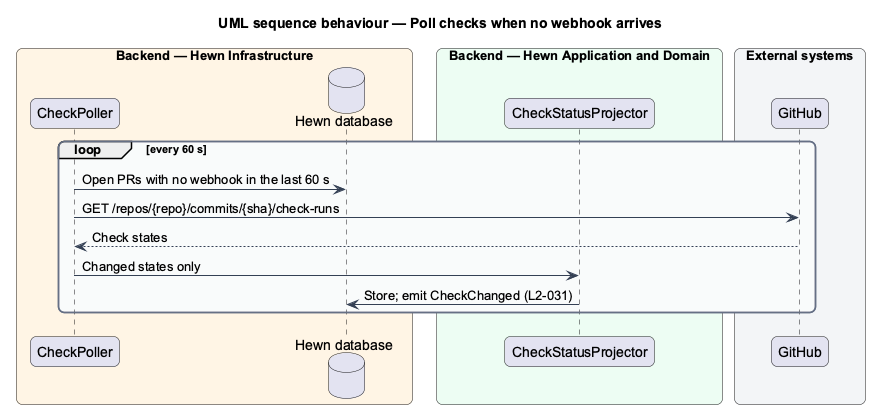
Earlier version of the PlantUML export docs/detailed-designs/increments/open-and-merge-pull-request/diagrams/sequence-poll-when-silent.png (QuinntyneBrown/hewn). Source of this version:
```plantuml
@startuml
title UML sequence behaviour — Poll checks when no webhook arrives
skinparam backgroundColor #FFFFFF
skinparam shadowing false
skinparam roundcorner 12
skinparam defaultFontName Arial
skinparam ArrowColor #344054
skinparam rectangle {
  BorderColor #344054
  FontColor #101828
}
skinparam package {
  BorderColor #667085
  FontColor #101828
  BackgroundColor #F9FAFB
}
skinparam sequenceMessageAlign left
box "Backend — Hewn Infrastructure" #FFF4E5
  participant "CheckPoller" as poll
  database "Hewn database" as db
end box
box "Backend — Hewn Application and Domain" #ECFDF3
  participant "CheckStatusProjector" as proj
end box
box "External systems" #F2F4F7
  participant "GitHub" as gh
end box
loop every 60 s
  poll -> db : Open PRs with no webhook in the last 60 s
  poll -> gh : GET /repos/{repo}/commits/{sha}/check-runs
  gh --> poll : Check states
  poll -> proj : Changed states only
  proj -> db : Store; emit CheckChanged (L2-031)
end
@enduml
```
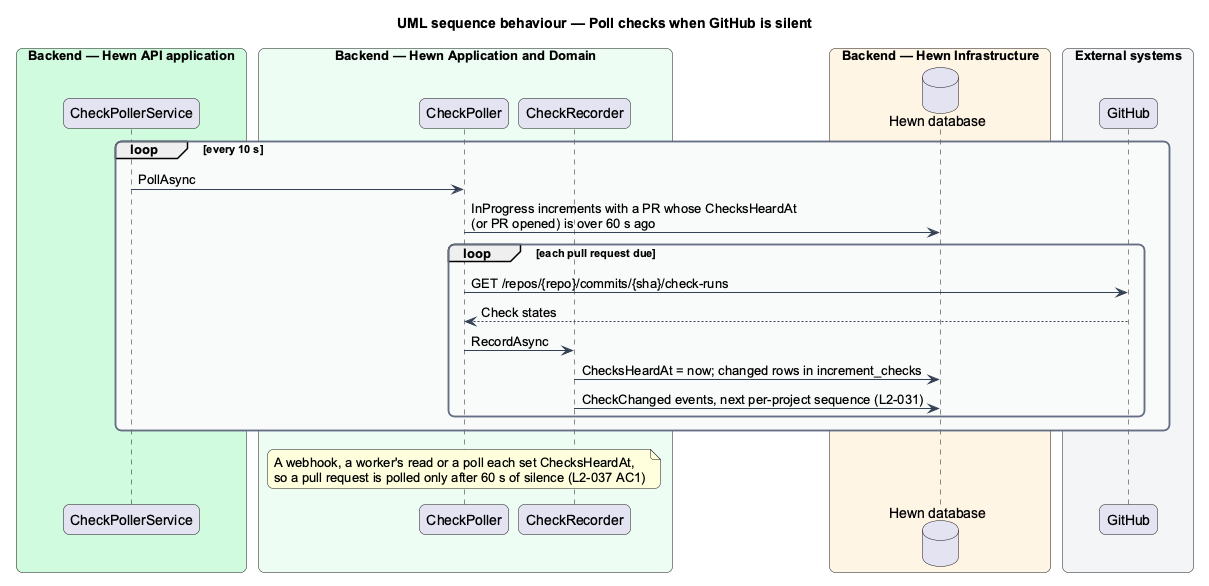
The same file after the commit.

The edit, as a diff of the source:
```diff
@@ -1,5 +1,5 @@
 @startuml
-title UML sequence behaviour — Poll checks when no webhook arrives
+title UML sequence behaviour — Poll checks when GitHub is silent
 skinparam backgroundColor #FFFFFF
 skinparam shadowing false
 skinparam roundcorner 12
@@ -15,21 +15,29 @@
   BackgroundColor #F9FAFB
 }
 skinparam sequenceMessageAlign left
-box "Backend — Hewn Infrastructure" #FFF4E5
-  participant "CheckPoller" as poll
-  database "Hewn database" as db
+box "Backend — Hewn API application" #D1FADF
+  participant "CheckPollerService" as service
 end box
 box "Backend — Hewn Application and Domain" #ECFDF3
-  participant "CheckStatusProjector" as proj
+  participant "CheckPoller" as poll
+  participant "CheckRecorder" as recorder
+end box
+box "Backend — Hewn Infrastructure" #FFF4E5
+  database "Hewn database" as db
 end box
 box "External systems" #F2F4F7
   participant "GitHub" as gh
 end box
-loop every 60 s
-  poll -> db : Open PRs with no webhook in the last 60 s
-  poll -> gh : GET /repos/{repo}/commits/{sha}/check-runs
-  gh --> poll : Check states
-  poll -> proj : Changed states only
-  proj -> db : Store; emit CheckChanged (L2-031)
+loop every 10 s
+  service -> poll : PollAsync
+  poll -> db : InProgress increments with a PR whose ChecksHeardAt\n(or PR opened) is over 60 s ago
+  loop each pull request due
+    poll -> gh : GET /repos/{repo}/commits/{sha}/check-runs
+    gh --> poll : Check states
+    poll -> recorder : RecordAsync
+    recorder -> db : ChecksHeardAt = now; changed rows in increment_checks
+    recorder -> db : CheckChanged events, next per-project sequence (L2-031)
+  end
 end
+note over poll : A webhook, a worker's read or a poll each set ChecksHeardAt,\nso a pull request is polled only after 60 s of silence (L2-037 AC1)
 @enduml
```
